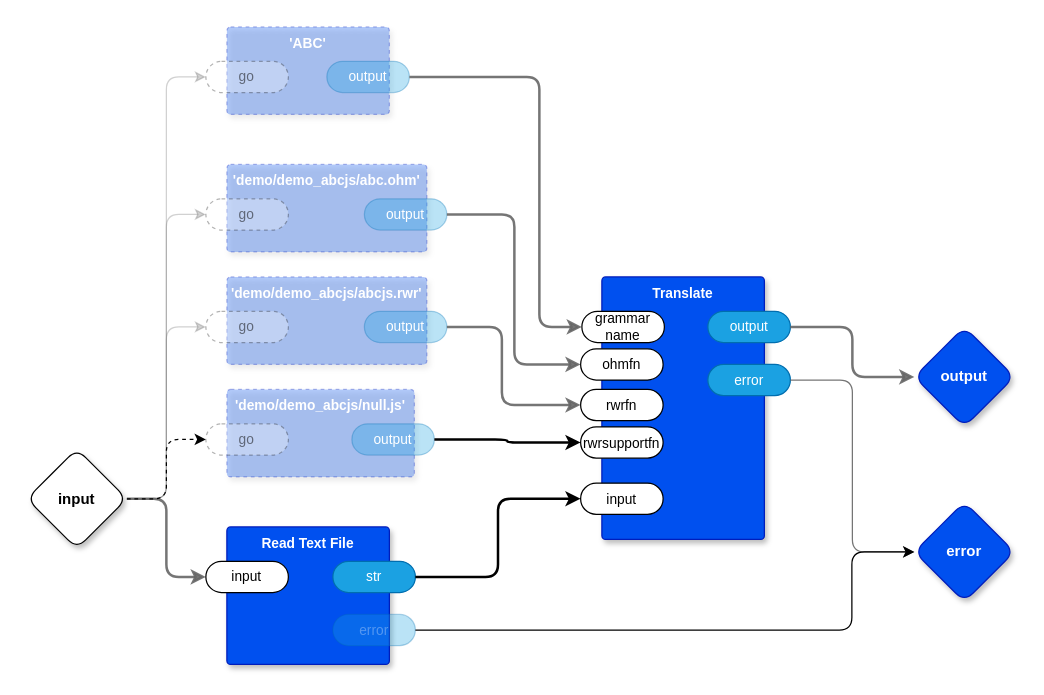
Before: page "main" (1 of 7) of src/demo_abcjs.drawio in guitarvydas/0dproto, a draw.io diagram. Source tidied: cells renumbered, new cells numbered last; positions are measured from the earlier drawing's top-left corner, leaving out a move shared by most shapes. Both pictures are drawn from the tidied source at 125%, with x=0, y=0 at pixel (26, 26).
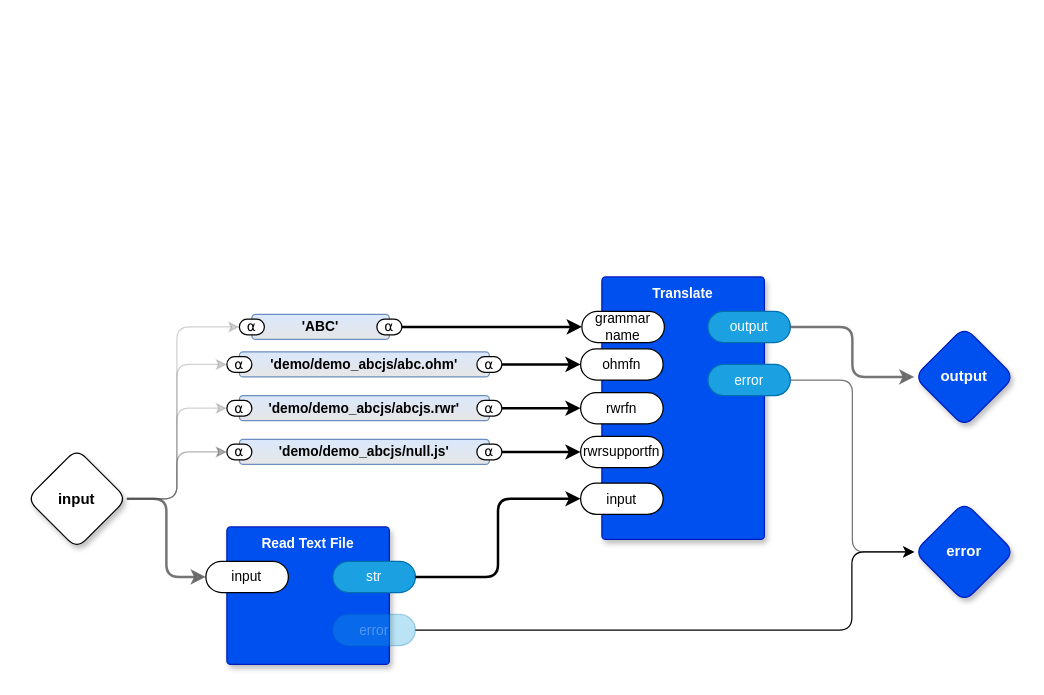
The same page after the edit.

The change refers to these unchanged cells:
```xml
<mxCell id="13" value="input" style="rhombus;whiteSpace=wrap;html=1;rounded=1;fontStyle=1;glass=0;sketch=0;fontSize=12;points=[[0,0.5,0,0,0],[0.5,0,0,0,0],[0.5,1,0,0,0],[1,0.5,0,0,0]];shadow=1;fontFamily=Helvetica;fontColor=default;" parent="1" vertex="1">
  <mxGeometry y="337.5" width="80" height="80" as="geometry" />
</mxCell>
<mxCell id="15" value="Translate" style="rounded=1;whiteSpace=wrap;html=1;sketch=0;verticalAlign=top;arcSize=6;fontStyle=1;absoluteArcSize=1;shadow=1;strokeColor=#001DBC;fillColor=#0050ef;fontColor=#ffffff;fontFamily=Helvetica;fontSize=11;" parent="1" vertex="1">
  <mxGeometry x="460" y="200" width="130" height="210" as="geometry" />
</mxCell>
<mxCell id="16" value="ohmfn" style="rounded=1;whiteSpace=wrap;html=1;sketch=0;points=[[0,0.5,0,0,0],[1,0.5,0,0,0]];arcSize=50;fontFamily=Helvetica;fontSize=11;fontColor=default;fontStyle=0;" parent="15" vertex="1">
  <mxGeometry x="-17" y="57.5" width="66" height="25" as="geometry" />
</mxCell>
<mxCell id="21" value="grammar name" style="rounded=1;whiteSpace=wrap;html=1;sketch=0;points=[[0,0.5,0,0,0],[1,0.5,0,0,0]];arcSize=50;fontFamily=Helvetica;fontSize=11;fontColor=default;" parent="15" vertex="1">
  <mxGeometry x="-16" y="27.5" width="66" height="25" as="geometry" />
</mxCell>
```

What changed in the source:
```diff
@@
-    <mxCell id="2" value="'demo/demo_abcjs/abcjs.rwr'" style="rounded=1;whiteSpace=wrap;html=1;sketch=0;verticalAlign=top;arcSize=6;fontStyle=1;absoluteArcSize=1;shadow=1;strokeColor=#001DBC;fillColor=#0050ef;fontColor=#ffffff;fontFamily=Helvetica;fontSize=11;dashed=1;opacity=30;" parent="1" vertex="1">
-      <mxGeometry x="160" y="200" width="160" height="70" as="geometry" />
-    </mxCell>
-    <mxCell id="3" value="go" style="rounded=1;whiteSpace=wrap;html=1;sketch=0;points=[[0,0.5,0,0,0],[1,0.5,0,0,0]];arcSize=50;fontFamily=Helvetica;fontSize=11;fontColor=default;dashed=1;textOpacity=50;opacity=30;" parent="2" vertex="1">
-      <mxGeometry x="-16.8" y="27.5" width="66" height="25" as="geometry" />
-    </mxCell>
-    <mxCell id="4" value="output" style="rounded=1;whiteSpace=wrap;html=1;sketch=0;points=[[0,0.5,0,0,0],[1,0.5,0,0,0]];fillColor=#1ba1e2;fontColor=#ffffff;strokeColor=#006EAF;arcSize=50;fontFamily=Helvetica;fontSize=11;opacity=30;" parent="2" vertex="1">
-      <mxGeometry x="110" y="27.5" width="66" height="25" as="geometry" />
-    </mxCell>
-    <mxCell id="5" value="'demo/demo_abcjs/abc.ohm'" style="rounded=1;whiteSpace=wrap;html=1;sketch=0;verticalAlign=top;arcSize=6;fontStyle=1;absoluteArcSize=1;shadow=1;strokeColor=#001DBC;fillColor=#0050ef;fontColor=#ffffff;fontFamily=Helvetica;fontSize=11;dashed=1;opacity=30;" parent="1" vertex="1">
-      <mxGeometry x="160" y="110" width="160" height="70" as="geometry" />
-    </mxCell>
-    <mxCell id="6" value="go" style="rounded=1;whiteSpace=wrap;html=1;sketch=0;points=[[0,0.5,0,0,0],[1,0.5,0,0,0]];arcSize=50;fontFamily=Helvetica;fontSize=11;fontColor=default;dashed=1;textOpacity=50;opacity=30;" parent="5" vertex="1">
-      <mxGeometry x="-16.8" y="27.5" width="66" height="25" as="geometry" />
-    </mxCell>
-    <mxCell id="7" value="output" style="rounded=1;whiteSpace=wrap;html=1;sketch=0;points=[[0,0.5,0,0,0],[1,0.5,0,0,0]];fillColor=#1ba1e2;fontColor=#ffffff;strokeColor=#006EAF;arcSize=50;fontFamily=Helvetica;fontSize=11;opacity=30;" parent="5" vertex="1">
-      <mxGeometry x="110" y="27.5" width="66" height="25" as="geometry" />
-    </mxCell>
@@
-    <mxCell id="9" style="edgeStyle=orthogonalEdgeStyle;shape=connector;rounded=1;jumpStyle=arc;jettySize=auto;html=1;exitX=1;exitY=0.5;exitDx=0;exitDy=0;exitPerimeter=0;entryX=0;entryY=0.5;entryDx=0;entryDy=0;entryPerimeter=0;labelBackgroundColor=default;strokeColor=#666666;strokeWidth=1;fontFamily=Helvetica;fontSize=11;fontColor=default;endArrow=classic;fillColor=#f5f5f5;opacity=30;" parent="1" edge="1" source="13" target="3">
+    <mxCell id="9" style="edgeStyle=orthogonalEdgeStyle;shape=connector;rounded=1;jumpStyle=arc;jettySize=auto;html=1;exitX=1;exitY=0.5;exitDx=0;exitDy=0;exitPerimeter=0;entryX=0;entryY=0.5;entryDx=0;entryDy=0;entryPerimeter=0;labelBackgroundColor=default;strokeColor=#666666;strokeWidth=1;fontFamily=Helvetica;fontSize=11;fontColor=default;endArrow=classic;fillColor=#f5f5f5;opacity=30;" parent="1" edge="1" source="13" target="51">
       <mxGeometry relative="1" as="geometry" />
     </mxCell>
-    <mxCell id="10" style="edgeStyle=orthogonalEdgeStyle;shape=connector;rounded=1;jumpStyle=arc;jettySize=auto;html=1;exitX=1;exitY=0.5;exitDx=0;exitDy=0;exitPerimeter=0;entryX=0;entryY=0.5;entryDx=0;entryDy=0;entryPerimeter=0;labelBackgroundColor=default;strokeColor=#666666;strokeWidth=1;fontFamily=Helvetica;fontSize=11;fontColor=default;endArrow=classic;fillColor=#f5f5f5;opacity=30;" parent="1" edge="1" source="13" target="6">
+    <mxCell id="10" style="edgeStyle=orthogonalEdgeStyle;shape=connector;rounded=1;jumpStyle=none;jettySize=auto;html=1;exitX=1;exitY=0.5;exitDx=0;exitDy=0;exitPerimeter=0;entryX=0;entryY=0.5;entryDx=0;entryDy=0;entryPerimeter=0;labelBackgroundColor=default;strokeColor=#666666;strokeWidth=1;fontFamily=Helvetica;fontSize=11;fontColor=default;endArrow=classic;fillColor=#f5f5f5;opacity=30;" parent="1" edge="1" source="13" target="48">
       <mxGeometry relative="1" as="geometry" />
     </mxCell>
-    <mxCell id="11" style="edgeStyle=orthogonalEdgeStyle;shape=connector;rounded=1;jumpStyle=arc;jettySize=auto;html=1;exitX=1;exitY=0.5;exitDx=0;exitDy=0;exitPerimeter=0;entryX=0;entryY=0.5;entryDx=0;entryDy=0;entryPerimeter=0;labelBackgroundColor=default;strokeColor=#666666;strokeWidth=1;fontFamily=Helvetica;fontSize=11;fontColor=default;endArrow=classic;fillColor=#f5f5f5;opacity=30;" parent="1" edge="1" source="13" target="29">
-      <mxGeometry relative="1" as="geometry" />
+    <mxCell id="11" style="edgeStyle=orthogonalEdgeStyle;shape=connector;rounded=1;jumpStyle=none;jettySize=auto;html=1;exitX=1;exitY=0.5;exitDx=0;exitDy=0;exitPerimeter=0;entryX=0;entryY=0.5;entryDx=0;entryDy=0;entryPerimeter=0;labelBackgroundColor=default;strokeColor=#666666;strokeWidth=1;fontFamily=Helvetica;fontSize=11;fontColor=default;endArrow=classic;fillColor=#f5f5f5;opacity=30;" parent="1" edge="1" source="13" target="43">
+      <mxGeometry relative="1" as="geometry">
+        <Array as="points">
+          <mxPoint x="120" y="378" />
+          <mxPoint x="120" y="240" />
+        </Array>
+      </mxGeometry>
     </mxCell>
-    <mxCell id="12" style="edgeStyle=orthogonalEdgeStyle;rounded=1;jettySize=auto;html=1;exitX=1;exitY=0.5;exitDx=0;exitDy=0;exitPerimeter=0;entryX=0;entryY=0.5;entryDx=0;entryDy=0;entryPerimeter=0;dashed=1;" parent="1" edge="1" source="13" target="33">
+    <mxCell id="12" style="edgeStyle=orthogonalEdgeStyle;rounded=1;jettySize=auto;html=1;exitX=1;exitY=0.5;exitDx=0;exitDy=0;exitPerimeter=0;entryX=0;entryY=0.5;entryDx=0;entryDy=0;entryPerimeter=0;opacity=30;" parent="1" edge="1" source="13" target="45">
       <mxGeometry relative="1" as="geometry" />
     </mxCell>
@@
     <mxCell id="19" value="rwrfn" style="rounded=1;whiteSpace=wrap;html=1;sketch=0;points=[[0,0.5,0,0,0],[1,0.5,0,0,0]];arcSize=50;fontFamily=Helvetica;fontSize=11;fontColor=default;" parent="15" vertex="1">
-      <mxGeometry x="-17" y="90" width="66" height="25" as="geometry" />
+      <mxGeometry x="-17" y="92.5" width="66" height="25" as="geometry" />
     </mxCell>
@@
     <mxCell id="22" value="rwrsupportfn" style="rounded=1;whiteSpace=wrap;html=1;sketch=0;points=[[0,0.5,0,0,0],[1,0.5,0,0,0]];arcSize=50;fontFamily=Helvetica;fontSize=11;fontColor=default;" parent="15" vertex="1">
-      <mxGeometry x="-17" y="120" width="66" height="25" as="geometry" />
+      <mxGeometry x="-17" y="127.5" width="66" height="25" as="geometry" />
     </mxCell>
-    <mxCell id="23" style="edgeStyle=orthogonalEdgeStyle;shape=connector;rounded=1;jumpStyle=arc;jettySize=auto;html=1;exitX=1;exitY=0.5;exitDx=0;exitDy=0;exitPerimeter=0;entryX=0;entryY=0.5;entryDx=0;entryDy=0;entryPerimeter=0;labelBackgroundColor=default;strokeColor=#666666;strokeWidth=2;fontFamily=Helvetica;fontSize=11;fontColor=default;endArrow=classic;fillColor=#f5f5f5;opacity=90;" parent="1" edge="1" source="4" target="19">
-      <mxGeometry relative="1" as="geometry">
-        <Array as="points">
-          <mxPoint x="380" y="240" />
-          <mxPoint x="380" y="303" />
-        </Array>
-      </mxGeometry>
-    </mxCell>
-    <mxCell id="24" style="edgeStyle=orthogonalEdgeStyle;shape=connector;rounded=1;jumpStyle=arc;jettySize=auto;html=1;exitX=1;exitY=0.5;exitDx=0;exitDy=0;exitPerimeter=0;entryX=0;entryY=0.5;entryDx=0;entryDy=0;entryPerimeter=0;labelBackgroundColor=default;strokeColor=#666666;strokeWidth=2;fontFamily=Helvetica;fontSize=11;fontColor=default;endArrow=classic;fillColor=#f5f5f5;opacity=90;" parent="1" edge="1" source="7" target="16">
-      <mxGeometry relative="1" as="geometry">
-        <Array as="points">
-          <mxPoint x="390" y="150" />
-          <mxPoint x="390" y="270" />
-        </Array>
-      </mxGeometry>
-    </mxCell>
@@
-    <mxCell id="28" value="'ABC'" style="rounded=1;whiteSpace=wrap;html=1;sketch=0;verticalAlign=top;arcSize=6;fontStyle=1;absoluteArcSize=1;shadow=1;strokeColor=#001DBC;fillColor=#0050ef;fontColor=#ffffff;fontFamily=Helvetica;fontSize=11;dashed=1;opacity=30;" parent="1" vertex="1">
-      <mxGeometry x="160" width="130" height="70" as="geometry" />
-    </mxCell>
-    <mxCell id="29" value="go" style="rounded=1;whiteSpace=wrap;html=1;sketch=0;points=[[0,0.5,0,0,0],[1,0.5,0,0,0]];arcSize=50;fontFamily=Helvetica;fontSize=11;fontColor=default;dashed=1;textOpacity=50;opacity=30;" parent="28" vertex="1">
-      <mxGeometry x="-16.8" y="27.5" width="66" height="25" as="geometry" />
-    </mxCell>
-    <mxCell id="30" value="output" style="rounded=1;whiteSpace=wrap;html=1;sketch=0;points=[[0,0.5,0,0,0],[1,0.5,0,0,0]];fillColor=#1ba1e2;fontColor=#ffffff;strokeColor=#006EAF;arcSize=50;fontFamily=Helvetica;fontSize=11;opacity=30;" parent="28" vertex="1">
-      <mxGeometry x="80" y="27.5" width="66" height="25" as="geometry" />
-    </mxCell>
-    <mxCell id="31" style="edgeStyle=orthogonalEdgeStyle;shape=connector;rounded=1;jumpStyle=arc;jettySize=auto;html=1;exitX=1;exitY=0.5;exitDx=0;exitDy=0;exitPerimeter=0;entryX=0;entryY=0.5;entryDx=0;entryDy=0;entryPerimeter=0;labelBackgroundColor=default;strokeColor=#666666;strokeWidth=2;fontFamily=Helvetica;fontSize=11;fontColor=default;endArrow=classic;fillColor=#f5f5f5;opacity=90;" parent="1" edge="1" source="30" target="21">
-      <mxGeometry relative="1" as="geometry">
-        <Array as="points">
-          <mxPoint x="410" y="40" />
-          <mxPoint x="410" y="240" />
-        </Array>
-      </mxGeometry>
-    </mxCell>
-    <mxCell id="32" value="'demo/demo_abcjs/null.js'" style="rounded=1;whiteSpace=wrap;html=1;sketch=0;verticalAlign=top;arcSize=6;fontStyle=1;absoluteArcSize=1;shadow=1;strokeColor=#001DBC;fillColor=#0050ef;fontColor=#ffffff;fontFamily=Helvetica;fontSize=11;dashed=1;opacity=30;" parent="1" vertex="1">
-      <mxGeometry x="160" y="290" width="150" height="70" as="geometry" />
-    </mxCell>
-    <mxCell id="33" value="go" style="rounded=1;whiteSpace=wrap;html=1;sketch=0;points=[[0,0.5,0,0,0],[1,0.5,0,0,0]];arcSize=50;fontFamily=Helvetica;fontSize=11;fontColor=default;dashed=1;textOpacity=50;opacity=30;" parent="32" vertex="1">
-      <mxGeometry x="-16.8" y="27.5" width="66" height="25" as="geometry" />
-    </mxCell>
-    <mxCell id="34" value="output" style="rounded=1;whiteSpace=wrap;html=1;sketch=0;points=[[0,0.5,0,0,0],[1,0.5,0,0,0]];fillColor=#1ba1e2;fontColor=#ffffff;strokeColor=#006EAF;arcSize=50;fontFamily=Helvetica;fontSize=11;opacity=30;" parent="32" vertex="1">
-      <mxGeometry x="100" y="27.5" width="66" height="25" as="geometry" />
-    </mxCell>
-    <mxCell id="35" style="edgeStyle=orthogonalEdgeStyle;rounded=1;jettySize=auto;html=1;exitX=1;exitY=0.5;exitDx=0;exitDy=0;exitPerimeter=0;entryX=0;entryY=0.5;entryDx=0;entryDy=0;entryPerimeter=0;strokeWidth=2;" parent="1" edge="1" source="34" target="22">
-      <mxGeometry relative="1" as="geometry" />
-    </mxCell>
@@
+    <mxCell id="28" value="'ABC'" style="rounded=1;whiteSpace=wrap;html=1;sketch=0;verticalAlign=middle;arcSize=6;fontStyle=1;absoluteArcSize=1;shadow=0;strokeColor=#6c8ebf;fillColor=#dae8fc;fontFamily=Helvetica;fontSize=11;gradientColor=#E6E6E6;" parent="1" vertex="1">
+      <mxGeometry x="180" y="230" width="110" height="20" as="geometry" />
+    </mxCell>
+    <mxCell id="42" value="⍺" style="rounded=1;whiteSpace=wrap;html=1;sketch=0;points=[[0,0.5,0,0,0],[1,0.5,0,0,0]];arcSize=50;fontFamily=Helvetica;fontSize=11;fontColor=default;" parent="28" vertex="1">
+      <mxGeometry x="100" y="3.8" width="20" height="12.5" as="geometry" />
+    </mxCell>
+    <mxCell id="43" value="⍺" style="rounded=1;whiteSpace=wrap;html=1;sketch=0;points=[[0,0.5,0,0,0],[1,0.5,0,0,0]];arcSize=50;fontFamily=Helvetica;fontSize=11;fontColor=default;" parent="28" vertex="1">
+      <mxGeometry x="-10" y="3.8" width="20" height="12.5" as="geometry" />
+    </mxCell>
+    <mxCell id="32" value="'demo/demo_abcjs/null.js'" style="rounded=1;whiteSpace=wrap;html=1;sketch=0;verticalAlign=middle;arcSize=6;fontStyle=1;absoluteArcSize=1;shadow=0;strokeColor=#6c8ebf;fillColor=#dae8fc;fontFamily=Helvetica;fontSize=11;gradientColor=#E6E6E6;" parent="1" vertex="1">
+      <mxGeometry x="170" y="330" width="200" height="20" as="geometry" />
+    </mxCell>
+    <mxCell id="44" value="⍺" style="rounded=1;whiteSpace=wrap;html=1;sketch=0;points=[[0,0.5,0,0,0],[1,0.5,0,0,0]];arcSize=50;fontFamily=Helvetica;fontSize=11;fontColor=default;" parent="32" vertex="1">
+      <mxGeometry x="190" y="3.8" width="20" height="12.5" as="geometry" />
+    </mxCell>
+    <mxCell id="45" value="⍺" style="rounded=1;whiteSpace=wrap;html=1;sketch=0;points=[[0,0.5,0,0,0],[1,0.5,0,0,0]];arcSize=50;fontFamily=Helvetica;fontSize=11;fontColor=default;" parent="32" vertex="1">
+      <mxGeometry x="-10" y="3.8" width="20" height="12.5" as="geometry" />
+    </mxCell>
+    <mxCell id="46" style="edgeStyle=orthogonalEdgeStyle;shape=connector;rounded=1;jettySize=auto;html=1;entryX=0;entryY=0.5;entryDx=0;entryDy=0;entryPerimeter=0;labelBackgroundColor=default;strokeColor=default;strokeWidth=2;align=center;verticalAlign=middle;fontFamily=Helvetica;fontSize=11;fontColor=default;endArrow=classic;" parent="1" edge="1" source="44" target="22">
+      <mxGeometry relative="1" as="geometry" />
+    </mxCell>
+    <mxCell id="5" value="'demo/demo_abcjs/abc.ohm'" style="rounded=1;whiteSpace=wrap;html=1;sketch=0;verticalAlign=middle;arcSize=6;fontStyle=1;absoluteArcSize=1;shadow=0;strokeColor=#6c8ebf;fillColor=#dae8fc;fontFamily=Helvetica;fontSize=11;gradientColor=#E6E6E6;" parent="1" vertex="1">
+      <mxGeometry x="170" y="260" width="200" height="20" as="geometry" />
+    </mxCell>
+    <mxCell id="47" value="⍺" style="rounded=1;whiteSpace=wrap;html=1;sketch=0;points=[[0,0.5,0,0,0],[1,0.5,0,0,0]];arcSize=50;fontFamily=Helvetica;fontSize=11;fontColor=default;" parent="5" vertex="1">
+      <mxGeometry x="190" y="3.8" width="20" height="12.5" as="geometry" />
+    </mxCell>
+    <mxCell id="48" value="⍺" style="rounded=1;whiteSpace=wrap;html=1;sketch=0;points=[[0,0.5,0,0,0],[1,0.5,0,0,0]];arcSize=50;fontFamily=Helvetica;fontSize=11;fontColor=default;" parent="5" vertex="1">
+      <mxGeometry x="-10" y="3.8" width="20" height="12.5" as="geometry" />
+    </mxCell>
+    <mxCell id="49" style="edgeStyle=orthogonalEdgeStyle;shape=connector;rounded=1;jettySize=auto;html=1;exitX=1;exitY=0.5;exitDx=0;exitDy=0;exitPerimeter=0;entryX=0;entryY=0.5;entryDx=0;entryDy=0;entryPerimeter=0;labelBackgroundColor=default;strokeColor=default;strokeWidth=2;align=center;verticalAlign=middle;fontFamily=Helvetica;fontSize=11;fontColor=default;endArrow=classic;" parent="1" edge="1" source="47" target="16">
+      <mxGeometry relative="1" as="geometry">
+        <Array as="points">
+          <mxPoint x="410" y="270" />
+          <mxPoint x="410" y="270" />
+        </Array>
+      </mxGeometry>
+    </mxCell>
+    <mxCell id="2" value="'demo/demo_abcjs/abcjs.rwr'" style="rounded=1;whiteSpace=wrap;html=1;sketch=0;verticalAlign=middle;arcSize=6;fontStyle=1;absoluteArcSize=1;shadow=0;strokeColor=#6c8ebf;fillColor=#dae8fc;fontFamily=Helvetica;fontSize=11;gradientColor=#E6E6E6;" parent="1" vertex="1">
+      <mxGeometry x="170" y="295" width="200" height="20" as="geometry" />
+    </mxCell>
+    <mxCell id="50" value="⍺" style="rounded=1;whiteSpace=wrap;html=1;sketch=0;points=[[0,0.5,0,0,0],[1,0.5,0,0,0]];arcSize=50;fontFamily=Helvetica;fontSize=11;fontColor=default;" parent="2" vertex="1">
+      <mxGeometry x="190" y="3.8" width="20" height="12.5" as="geometry" />
+    </mxCell>
+    <mxCell id="51" value="⍺" style="rounded=1;whiteSpace=wrap;html=1;sketch=0;points=[[0,0.5,0,0,0],[1,0.5,0,0,0]];arcSize=50;fontFamily=Helvetica;fontSize=11;fontColor=default;" parent="2" vertex="1">
+      <mxGeometry x="-10" y="3.8" width="20" height="12.5" as="geometry" />
+    </mxCell>
+    <mxCell id="52" style="edgeStyle=orthogonalEdgeStyle;shape=connector;rounded=1;jettySize=auto;html=1;labelBackgroundColor=default;strokeColor=default;strokeWidth=2;align=center;verticalAlign=middle;fontFamily=Helvetica;fontSize=11;fontColor=default;endArrow=classic;" parent="1" edge="1" source="50" target="19">
+      <mxGeometry relative="1" as="geometry" />
+    </mxCell>
+    <mxCell id="53" style="edgeStyle=orthogonalEdgeStyle;shape=connector;rounded=1;jettySize=auto;html=1;exitX=1;exitY=0.5;exitDx=0;exitDy=0;exitPerimeter=0;entryX=0;entryY=0.5;entryDx=0;entryDy=0;entryPerimeter=0;labelBackgroundColor=default;strokeColor=default;strokeWidth=2;align=center;verticalAlign=middle;fontFamily=Helvetica;fontSize=11;fontColor=default;endArrow=classic;" parent="1" edge="1" source="42" target="21">
+      <mxGeometry relative="1" as="geometry" />
+    </mxCell>
```
